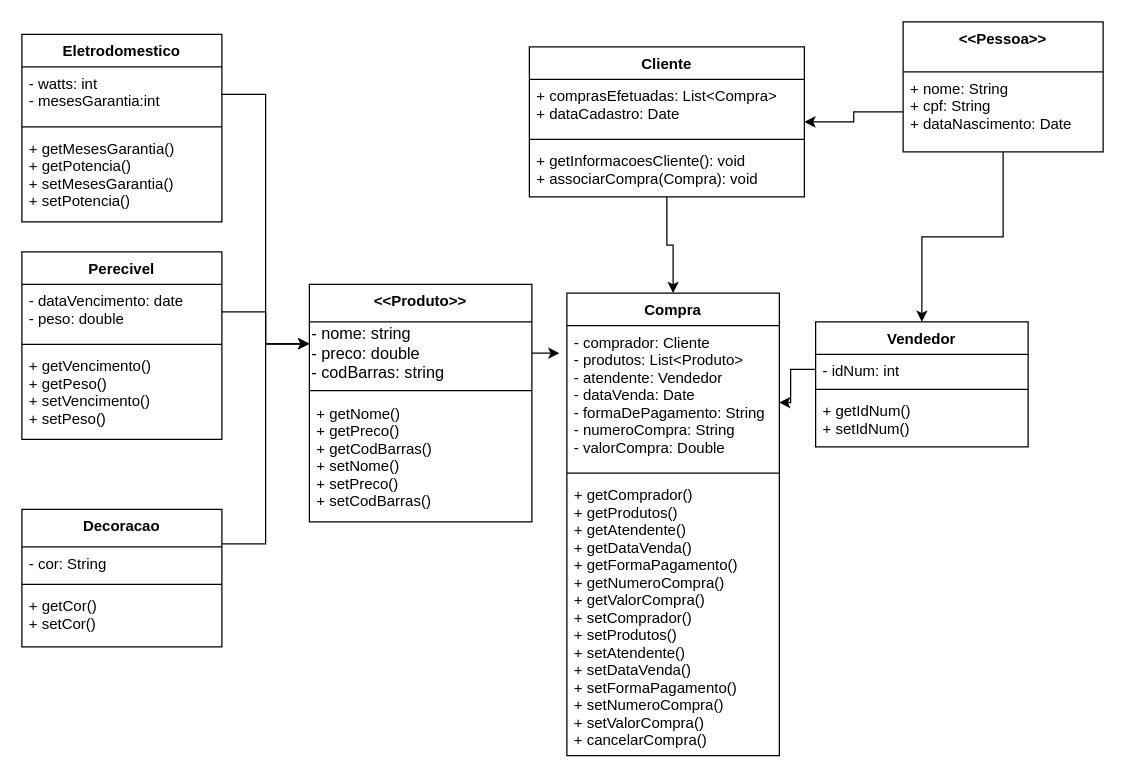
jovi-j/projeto-lp2 keeps this draw.io diagram as ProjetoLP2.drawio. Above is the earlier version. Source tidied: cells renumbered, new cells numbered last; positions are measured from the earlier drawing's top-left corner, leaving out a move shared by most shapes. Both pictures are drawn from the tidied source at 125%, with x=0, y=0 at pixel (21, 21).
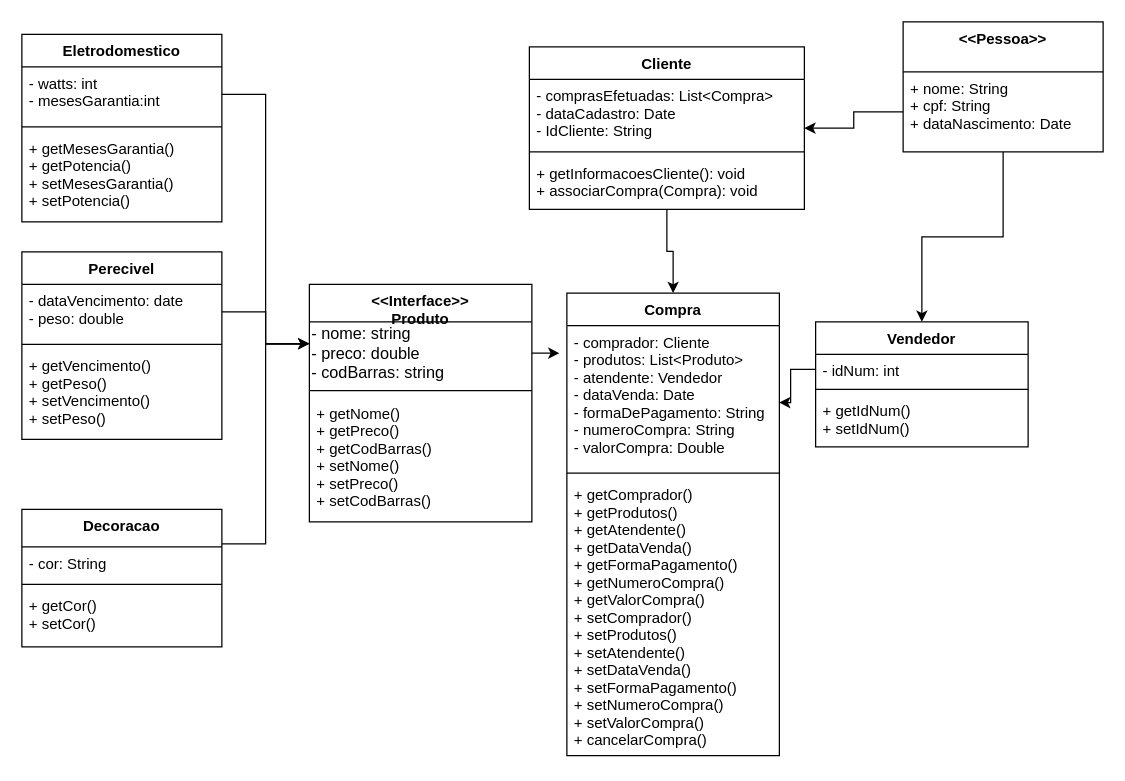
The same diagram, later.

What changed in the source:
```diff
@@
-    <mxCell id="2" value="&lt;&lt;Produto&gt;&gt;" style="swimlane;fontStyle=1;align=center;verticalAlign=top;horizontal=1;startSize=30;" parent="1" vertex="1">
+    <mxCell id="2" value="&lt;&lt;Interface&gt;&gt;&#10;Produto" style="swimlane;fontStyle=1;align=center;verticalAlign=top;horizontal=1;startSize=30;" parent="1" vertex="1">
       <mxGeometry x="230" y="210" width="178" height="190" as="geometry" />
     </mxCell>
@@
     <mxCell id="14" value="Cliente" style="swimlane;fontStyle=1;align=center;verticalAlign=top;horizontal=1;startSize=26;" parent="1" vertex="1">
-      <mxGeometry x="406" y="20" width="220" height="120" as="geometry" />
+      <mxGeometry x="406" y="20" width="220" height="130" as="geometry" />
     </mxCell>
-    <mxCell id="15" value="+ comprasEfetuadas: List&lt;Compra&gt;&#10;+ dataCadastro: Date" style="text;strokeColor=none;fillColor=none;align=left;verticalAlign=top;spacingLeft=4;spacingRight=4;overflow=hidden;" parent="14" vertex="1">
-      <mxGeometry y="26" width="220" height="44" as="geometry" />
+    <mxCell id="15" value="- comprasEfetuadas: List&lt;Compra&gt;&#10;- dataCadastro: Date&#10;- IdCliente: String" style="text;strokeColor=none;fillColor=none;align=left;verticalAlign=top;spacingLeft=4;spacingRight=4;overflow=hidden;" parent="14" vertex="1">
+      <mxGeometry y="26" width="220" height="54" as="geometry" />
     </mxCell>
     <mxCell id="16" style="line;strokeWidth=1;fillColor=none;align=left;verticalAlign=middle;spacingTop=-1;spacingLeft=3;spacingRight=3;labelPosition=right;strokeColor=inherit;" parent="14" vertex="1">
-      <mxGeometry y="70" width="220" height="8" as="geometry" />
+      <mxGeometry y="80" width="220" height="8" as="geometry" />
     </mxCell>
     <mxCell id="17" value="+ getInformacoesCliente(): void&#10;+ associarCompra(Compra): void" style="text;strokeColor=none;fillColor=none;align=left;verticalAlign=top;spacingLeft=4;spacingRight=4;overflow=hidden;" parent="14" vertex="1">
-      <mxGeometry y="78" width="220" height="42" as="geometry" />
+      <mxGeometry y="88" width="220" height="42" as="geometry" />
     </mxCell>
```
